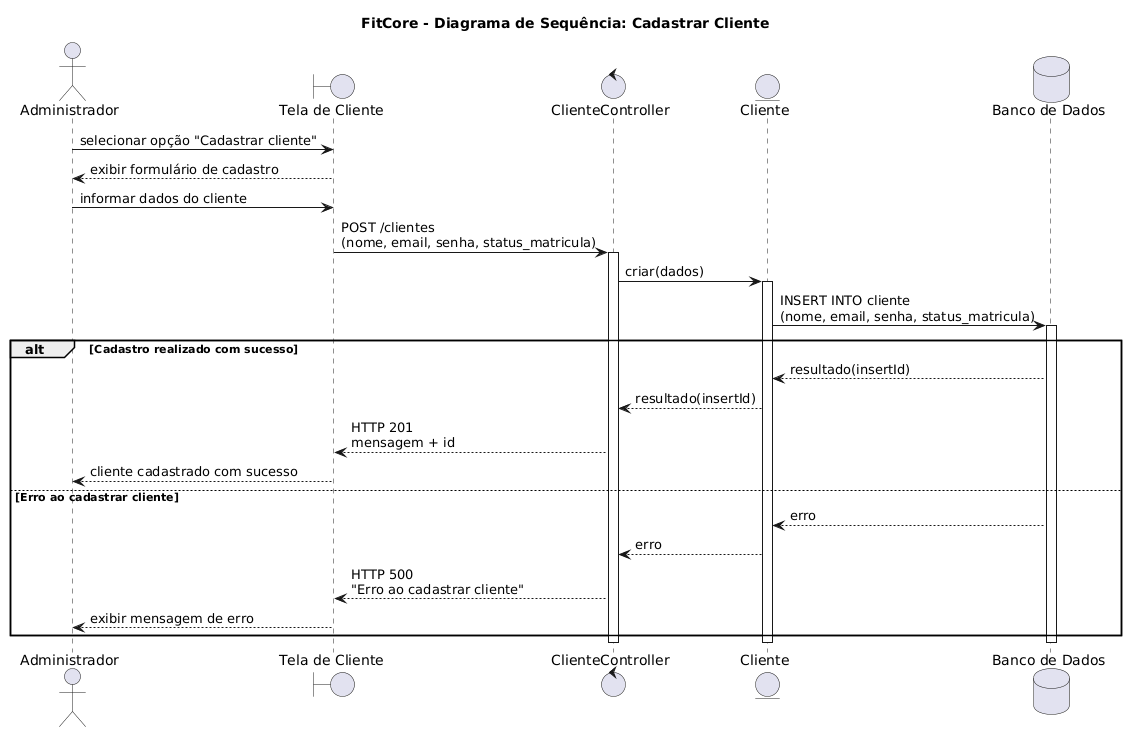
This is docs/diagramas/sequencia/1 - diagrama de sequencia - cadastrar cliente - FITCORE.png from liahcolins/Sistema-Integrado-de-Academia, a PlantUML export, as it was before one commit.
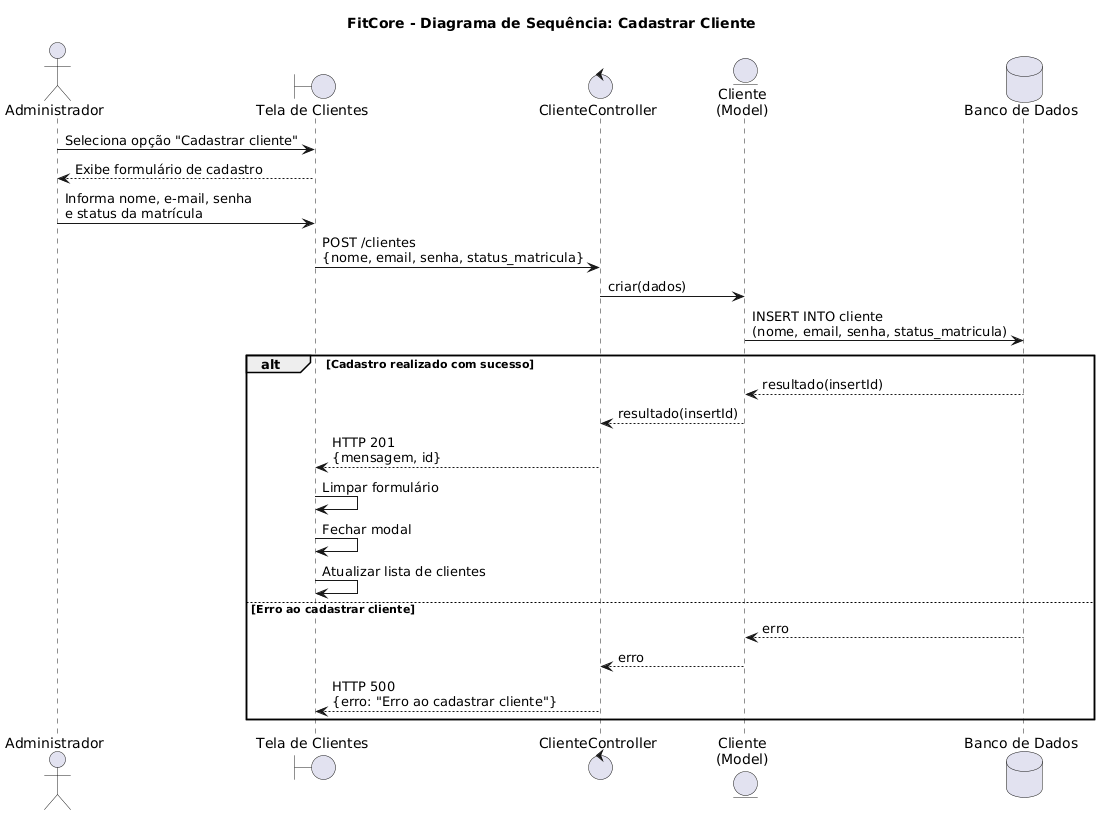
The same file after the commit.

Commit message:
docs: atualizar diagramas UML do FitCore

Change to the diagram source:
```diff
@@ -2,38 +2,40 @@
 title FitCore - Diagrama de Sequência: Cadastrar Cliente
 
 actor Administrador as Admin
-boundary "Tela de Cliente" as Tela
+boundary "Tela de Clientes" as Tela
 control "ClienteController" as Controller
-entity "Cliente" as Cliente
+entity "Cliente\n(Model)" as Cliente
 database "Banco de Dados" as Banco
 
-Admin -> Tela : selecionar opção "Cadastrar cliente"
-Tela --> Admin : exibir formulário de cadastro
+Admin -> Tela : Seleciona opção "Cadastrar cliente"
+Tela --> Admin : Exibe formulário de cadastro
 
-Admin -> Tela : informar dados do cliente
-Tela -> Controller : POST /clientes\n(nome, email, senha, status_matricula)
-activate Controller
+Admin -> Tela : Informa nome, e-mail, senha\ne status da matrícula
+Tela -> Controller : POST /clientes\n{nome, email, senha, status_matricula}
 
 Controller -> Cliente : criar(dados)
-activate Cliente
 
 Cliente -> Banco : INSERT INTO cliente\n(nome, email, senha, status_matricula)
-activate Banco
 
 alt Cadastro realizado com sucesso
+
     Banco --> Cliente : resultado(insertId)
     Cliente --> Controller : resultado(insertId)
-    Controller --> Tela : HTTP 201\nmensagem + id
-    Tela --> Admin : cliente cadastrado com sucesso
+
+    Controller --> Tela : HTTP 201\n{mensagem, id}
+
+    Tela -> Tela : Limpar formulário
+    Tela -> Tela : Fechar modal
+    Tela -> Tela : Atualizar lista de clientes
 
 else Erro ao cadastrar cliente
+
     Banco --> Cliente : erro
     Cliente --> Controller : erro
-    Controller --> Tela : HTTP 500\n"Erro ao cadastrar cliente"
-    Tela --> Admin : exibir mensagem de erro
+
+    Controller --> Tela : HTTP 500\n{erro: "Erro ao cadastrar cliente"}
+
+
+
 end
-
-deactivate Banco
-deactivate Cliente
-deactivate Controller
 @enduml
```
